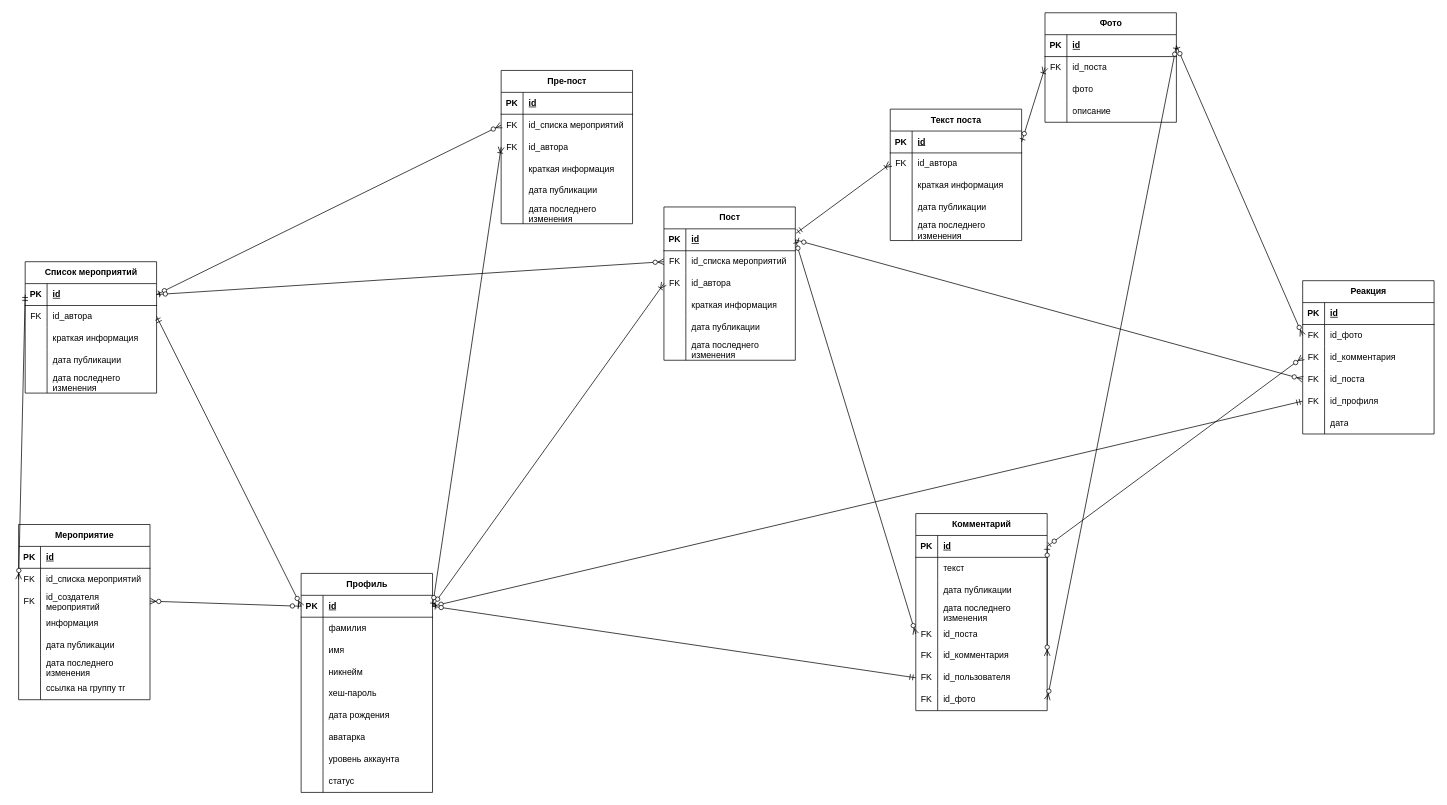
Above: База данных.drawio in Twinsiller/- (draw.io), before the change. Source tidied: cells renumbered, new cells numbered last; positions are measured from the earlier drawing's top-left corner, leaving out a move shared by most shapes. Both pictures are drawn from the tidied source at 73%, with x=0, y=0 at pixel (18, 12).
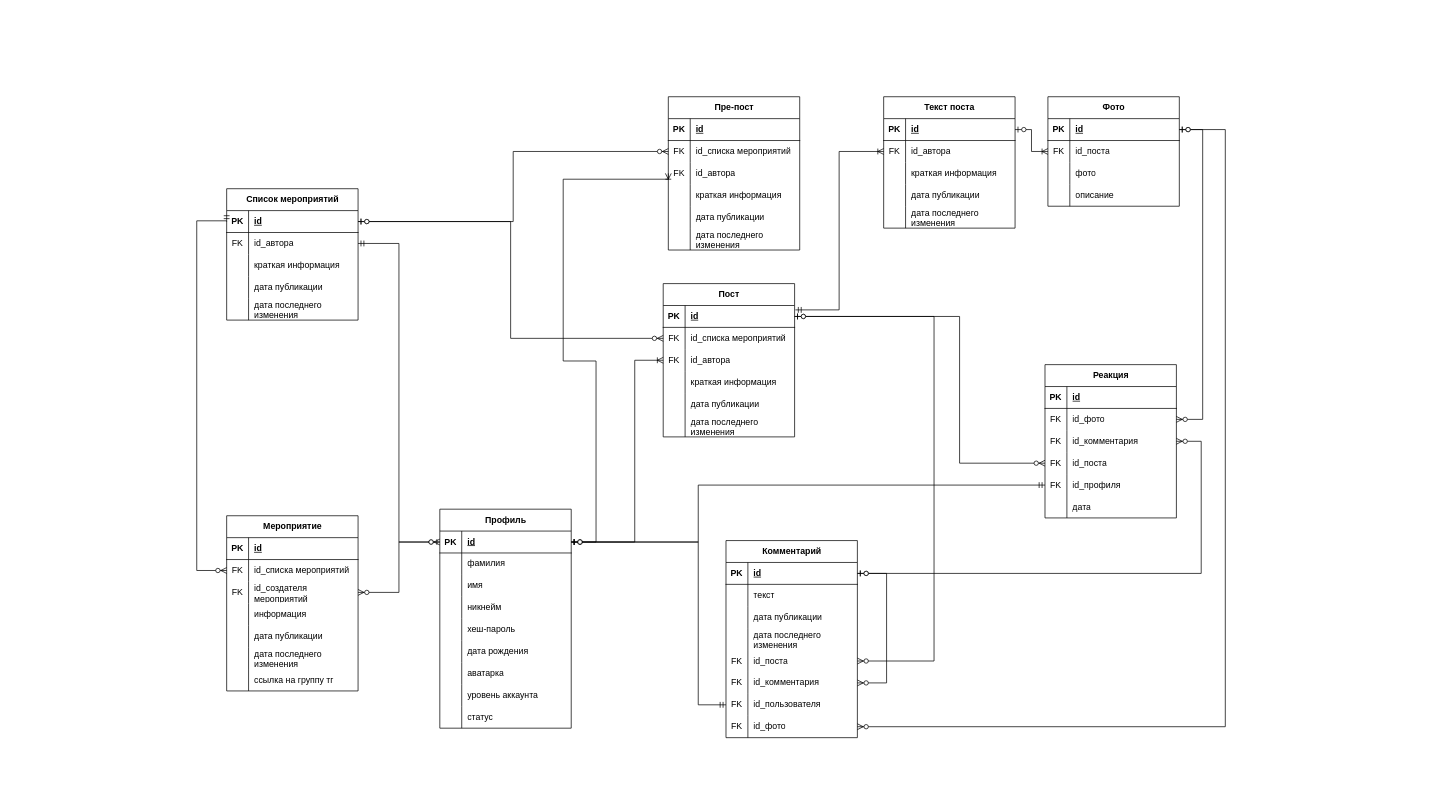
After the change.

The change refers to these unchanged cells:
```xml
<mxCell id="3" style="shape=tableRow;horizontal=0;startSize=0;swimlaneHead=0;swimlaneBody=0;fillColor=none;points=[[0,0.5],[1,0.5]];portConstraint=eastwest;top=0;left=0;right=0;bottom=1;labelBackgroundColor=none;" parent="2" vertex="1">
  <mxGeometry y="30" width="180" height="30" as="geometry" />
</mxCell>
<mxCell id="31" style="shape=tableRow;horizontal=0;startSize=0;swimlaneHead=0;swimlaneBody=0;fillColor=none;points=[[0,0.5],[1,0.5]];portConstraint=eastwest;top=0;left=0;right=0;bottom=1;labelBackgroundColor=none;" parent="30" vertex="1">
  <mxGeometry y="30" width="180" height="30" as="geometry" />
</mxCell>
<mxCell id="34" style="shape=tableRow;horizontal=0;startSize=0;swimlaneHead=0;swimlaneBody=0;fillColor=none;points=[[0,0.5],[1,0.5]];portConstraint=eastwest;top=0;left=0;right=0;bottom=0;labelBackgroundColor=none;" parent="30" vertex="1">
  <mxGeometry y="60" width="180" height="30" as="geometry" />
</mxCell>
<mxCell id="37" style="shape=tableRow;horizontal=0;startSize=0;swimlaneHead=0;swimlaneBody=0;fillColor=none;points=[[0,0.5],[1,0.5]];portConstraint=eastwest;top=0;left=0;right=0;bottom=0;labelBackgroundColor=none;" parent="30" vertex="1">
  <mxGeometry y="90" width="180" height="30" as="geometry" />
</mxCell>
<mxCell id="50" style="shape=tableRow;horizontal=0;startSize=0;swimlaneHead=0;swimlaneBody=0;fillColor=none;points=[[0,0.5],[1,0.5]];portConstraint=eastwest;top=0;left=0;right=0;bottom=1;labelBackgroundColor=none;" parent="49" vertex="1">
  <mxGeometry y="30" width="180" height="30" as="geometry" />
</mxCell>
<mxCell id="53" style="shape=tableRow;horizontal=0;startSize=0;swimlaneHead=0;swimlaneBody=0;fillColor=none;points=[[0,0.5],[1,0.5]];portConstraint=eastwest;top=0;left=0;right=0;bottom=0;labelBackgroundColor=none;" parent="49" vertex="1">
  <mxGeometry y="60" width="180" height="30" as="geometry" />
</mxCell>
<mxCell id="63" style="shape=tableRow;horizontal=0;startSize=0;swimlaneHead=0;swimlaneBody=0;fillColor=none;points=[[0,0.5],[1,0.5]];portConstraint=eastwest;top=0;left=0;right=0;bottom=1;labelBackgroundColor=none;" parent="62" vertex="1">
  <mxGeometry y="30" width="180" height="30" as="geometry" />
</mxCell>
<mxCell id="75" style="shape=tableRow;horizontal=0;startSize=0;swimlaneHead=0;swimlaneBody=0;fillColor=none;points=[[0,0.5],[1,0.5]];portConstraint=eastwest;top=0;left=0;right=0;bottom=0;labelBackgroundColor=none;" parent="62" vertex="1">
  <mxGeometry y="150" width="180" height="30" as="geometry" />
</mxCell>
<mxCell id="78" style="shape=tableRow;horizontal=0;startSize=0;swimlaneHead=0;swimlaneBody=0;fillColor=none;points=[[0,0.5],[1,0.5]];portConstraint=eastwest;top=0;left=0;right=0;bottom=0;labelBackgroundColor=none;" parent="62" vertex="1">
  <mxGeometry y="180" width="180" height="30" as="geometry" />
</mxCell>
<mxCell id="81" style="shape=tableRow;horizontal=0;startSize=0;swimlaneHead=0;swimlaneBody=0;fillColor=none;points=[[0,0.5],[1,0.5]];portConstraint=eastwest;top=0;left=0;right=0;bottom=0;labelBackgroundColor=none;" parent="62" vertex="1">
  <mxGeometry y="210" width="180" height="30" as="geometry" />
</mxCell>
<mxCell id="85" style="shape=tableRow;horizontal=0;startSize=0;swimlaneHead=0;swimlaneBody=0;fillColor=none;points=[[0,0.5],[1,0.5]];portConstraint=eastwest;top=0;left=0;right=0;bottom=0;labelBackgroundColor=none;" parent="62" vertex="1">
  <mxGeometry y="240" width="180" height="30" as="geometry" />
</mxCell>
<mxCell id="92" style="shape=tableRow;horizontal=0;startSize=0;swimlaneHead=0;swimlaneBody=0;fillColor=none;points=[[0,0.5],[1,0.5]];portConstraint=eastwest;top=0;left=0;right=0;bottom=0;labelBackgroundColor=none;" parent="88" vertex="1">
  <mxGeometry y="60" width="180" height="30" as="geometry" />
</mxCell>
<mxCell id="95" style="shape=tableRow;horizontal=0;startSize=0;swimlaneHead=0;swimlaneBody=0;fillColor=none;points=[[0,0.5],[1,0.5]];portConstraint=eastwest;top=0;left=0;right=0;bottom=0;labelBackgroundColor=none;" parent="88" vertex="1">
  <mxGeometry y="90" width="180" height="30" as="geometry" />
</mxCell>
<mxCell id="98" style="shape=tableRow;horizontal=0;startSize=0;swimlaneHead=0;swimlaneBody=0;fillColor=none;points=[[0,0.5],[1,0.5]];portConstraint=eastwest;top=0;left=0;right=0;bottom=0;labelBackgroundColor=none;" parent="88" vertex="1">
  <mxGeometry y="120" width="180" height="30" as="geometry" />
</mxCell>
<mxCell id="101" style="shape=tableRow;horizontal=0;startSize=0;swimlaneHead=0;swimlaneBody=0;fillColor=none;points=[[0,0.5],[1,0.5]];portConstraint=eastwest;top=0;left=0;right=0;bottom=0;labelBackgroundColor=none;" parent="88" vertex="1">
  <mxGeometry y="150" width="180" height="30" as="geometry" />
</mxCell>
<mxCell id="116" style="shape=tableRow;horizontal=0;startSize=0;swimlaneHead=0;swimlaneBody=0;fillColor=none;points=[[0,0.5],[1,0.5]];portConstraint=eastwest;top=0;left=0;right=0;bottom=1;labelBackgroundColor=none;" parent="115" vertex="1">
  <mxGeometry y="30" width="180" height="30" as="geometry" />
</mxCell>
<mxCell id="119" style="shape=tableRow;horizontal=0;startSize=0;swimlaneHead=0;swimlaneBody=0;fillColor=none;points=[[0,0.5],[1,0.5]];portConstraint=eastwest;top=0;left=0;right=0;bottom=0;labelBackgroundColor=none;" parent="115" vertex="1">
  <mxGeometry y="60" width="180" height="30" as="geometry" />
</mxCell>
<mxCell id="136" style="shape=tableRow;horizontal=0;startSize=0;swimlaneHead=0;swimlaneBody=0;fillColor=none;points=[[0,0.5],[1,0.5]];portConstraint=eastwest;top=0;left=0;right=0;bottom=0;labelBackgroundColor=none;" parent="132" vertex="1">
  <mxGeometry y="60" width="180" height="30" as="geometry" />
</mxCell>
<mxCell id="139" style="shape=tableRow;horizontal=0;startSize=0;swimlaneHead=0;swimlaneBody=0;fillColor=none;points=[[0,0.5],[1,0.5]];portConstraint=eastwest;top=0;left=0;right=0;bottom=0;labelBackgroundColor=none;" parent="132" vertex="1">
  <mxGeometry y="90" width="180" height="30" as="geometry" />
</mxCell>
<mxCell id="155" style="shape=tableRow;horizontal=0;startSize=0;swimlaneHead=0;swimlaneBody=0;fillColor=none;points=[[0,0.5],[1,0.5]];portConstraint=eastwest;top=0;left=0;right=0;bottom=0;labelBackgroundColor=none;" parent="151" vertex="1">
  <mxGeometry y="60" width="180" height="30" as="geometry" />
</mxCell>
<mxCell id="158" style="shape=tableRow;horizontal=0;startSize=0;swimlaneHead=0;swimlaneBody=0;fillColor=none;points=[[0,0.5],[1,0.5]];portConstraint=eastwest;top=0;left=0;right=0;bottom=0;labelBackgroundColor=none;" parent="151" vertex="1">
  <mxGeometry y="90" width="180" height="30" as="geometry" />
</mxCell>
<mxCell id="177" style="shape=tableRow;horizontal=0;startSize=0;swimlaneHead=0;swimlaneBody=0;fillColor=none;points=[[0,0.5],[1,0.5]];portConstraint=eastwest;top=0;left=0;right=0;bottom=1;labelBackgroundColor=none;" parent="176" vertex="1">
  <mxGeometry y="30" width="180" height="30" as="geometry" />
</mxCell>
<mxCell id="180" style="shape=tableRow;horizontal=0;startSize=0;swimlaneHead=0;swimlaneBody=0;fillColor=none;points=[[0,0.5],[1,0.5]];portConstraint=eastwest;top=0;left=0;right=0;bottom=0;labelBackgroundColor=none;" parent="176" vertex="1">
  <mxGeometry y="60" width="180" height="30" as="geometry" />
</mxCell>
```

The edit, as a diff of the source:
```diff
@@
     <mxCell id="2" value="Профиль" style="shape=table;startSize=30;childLayout=tableLayout;rowLines=0;fontStyle=1;align=center;html=1;labelBackgroundColor=none;" parent="1" vertex="1">
-      <mxGeometry x="387" y="768" width="180" height="300" as="geometry" />
+      <mxGeometry x="577" y="680" width="180" height="300" as="geometry" />
     </mxCell>
@@
     <mxCell id="30" value="Пост" style="shape=table;startSize=30;childLayout=tableLayout;rowLines=0;fontStyle=1;align=center;html=1;labelBackgroundColor=none;" parent="1" vertex="1">
-      <mxGeometry x="884" y="266" width="180" height="210" as="geometry" />
+      <mxGeometry x="883" y="371" width="180" height="210" as="geometry" />
     </mxCell>
@@
     <mxCell id="49" value="Фото" style="shape=table;startSize=30;childLayout=tableLayout;rowLines=0;fontStyle=1;align=center;html=1;rounded=0;labelBackgroundColor=none;" parent="1" vertex="1">
-      <mxGeometry x="1406" width="180" height="150" as="geometry" />
+      <mxGeometry x="1410" y="115" width="180" height="150" as="geometry" />
     </mxCell>
@@
     <mxCell id="62" value="Комментарий" style="shape=table;startSize=30;childLayout=tableLayout;rowLines=0;fontStyle=1;align=center;html=1;labelBackgroundColor=none;" parent="1" vertex="1">
-      <mxGeometry x="1229" y="686" width="180" height="270" as="geometry" />
+      <mxGeometry x="969" y="723" width="180" height="270" as="geometry" />
     </mxCell>
@@
-    <mxCell id="84" style="fontSize=12;html=1;endArrow=ERzeroToMany;startArrow=ERzeroToOne;rounded=0;exitX=1;exitY=0.5;exitDx=0;exitDy=0;entryX=1;entryY=0.5;entryDx=0;entryDy=0;" parent="62" edge="1" source="63" target="78">
-      <mxGeometry relative="1" as="geometry" />
+    <mxCell id="84" style="fontSize=12;html=1;endArrow=ERzeroToMany;startArrow=ERzeroToOne;rounded=0;exitX=1;exitY=0.5;exitDx=0;exitDy=0;entryX=1;entryY=0.5;entryDx=0;entryDy=0;edgeStyle=orthogonalEdgeStyle;" parent="62" edge="1" source="63" target="78">
+      <mxGeometry relative="1" as="geometry">
+        <Array as="points">
+          <mxPoint x="220" y="45" />
+          <mxPoint x="220" y="195" />
+        </Array>
+      </mxGeometry>
     </mxCell>
@@
     <mxCell id="88" value="Реакция" style="shape=table;startSize=30;childLayout=tableLayout;rowLines=0;fontStyle=1;align=center;html=1;labelBackgroundColor=none;" parent="1" vertex="1">
-      <mxGeometry x="1759" y="367" width="180" height="210" as="geometry" />
+      <mxGeometry x="1406" y="482" width="180" height="210" as="geometry" />
     </mxCell>
@@
-    <mxCell id="107" style="fontSize=12;html=1;endArrow=ERzeroToOne;startArrow=ERmandOne;rounded=0;exitX=0;exitY=0.5;exitDx=0;exitDy=0;entryX=1;entryY=0.5;entryDx=0;entryDy=0;" parent="1" edge="1" source="101" target="3">
-      <mxGeometry relative="1" as="geometry" />
+    <mxCell id="107" style="fontSize=12;html=1;endArrow=ERzeroToOne;startArrow=ERmandOne;rounded=0;exitX=0;exitY=0.5;exitDx=0;exitDy=0;entryX=1;entryY=0.5;entryDx=0;entryDy=0;edgeStyle=orthogonalEdgeStyle;" parent="1" edge="1" source="101" target="3">
+      <mxGeometry relative="1" as="geometry">
+        <Array as="points">
+          <mxPoint x="931" y="647" />
+          <mxPoint x="931" y="725" />
+        </Array>
+      </mxGeometry>
     </mxCell>
-    <mxCell id="108" style="fontSize=12;html=1;endArrow=ERoneToMany;startArrow=ERzeroToOne;rounded=0;entryX=0;entryY=0.5;entryDx=0;entryDy=0;exitX=1;exitY=0.5;exitDx=0;exitDy=0;" parent="1" edge="1" source="3" target="37">
-      <mxGeometry relative="1" as="geometry" />
+    <mxCell id="108" style="fontSize=12;html=1;endArrow=ERoneToMany;startArrow=ERzeroToOne;rounded=0;entryX=0;entryY=0.5;entryDx=0;entryDy=0;exitX=1;exitY=0.5;exitDx=0;exitDy=0;edgeStyle=orthogonalEdgeStyle;" parent="1" edge="1" source="3" target="37">
+      <mxGeometry relative="1" as="geometry">
+        <Array as="points">
+          <mxPoint x="844" y="725" />
+          <mxPoint x="844" y="476" />
+        </Array>
+      </mxGeometry>
     </mxCell>
-    <mxCell id="109" style="fontSize=12;html=1;endArrow=ERzeroToMany;startArrow=ERzeroToOne;rounded=0;entryX=0;entryY=0.5;entryDx=0;entryDy=0;exitX=1;exitY=0.5;exitDx=0;exitDy=0;" parent="1" edge="1" source="31" target="75">
-      <mxGeometry relative="1" as="geometry" />
+    <mxCell id="109" style="fontSize=12;html=1;endArrow=ERzeroToMany;startArrow=ERzeroToOne;rounded=0;entryX=1;entryY=0.5;entryDx=0;entryDy=0;exitX=1;exitY=0.5;exitDx=0;exitDy=0;edgeStyle=orthogonalEdgeStyle;" parent="1" edge="1" source="31" target="75">
+      <mxGeometry relative="1" as="geometry">
+        <Array as="points">
+          <mxPoint x="1254" y="416" />
+          <mxPoint x="1254" y="888" />
+        </Array>
+      </mxGeometry>
     </mxCell>
-    <mxCell id="110" style="fontSize=12;html=1;endArrow=ERzeroToOne;startArrow=ERmandOne;rounded=0;exitX=0;exitY=0.5;exitDx=0;exitDy=0;entryX=1;entryY=0.5;entryDx=0;entryDy=0;" parent="1" edge="1" source="81" target="3">
-      <mxGeometry relative="1" as="geometry" />
+    <mxCell id="110" style="fontSize=12;html=1;endArrow=ERzeroToOne;startArrow=ERmandOne;rounded=0;exitX=0;exitY=0.5;exitDx=0;exitDy=0;entryX=1;entryY=0.5;entryDx=0;entryDy=0;edgeStyle=orthogonalEdgeStyle;" parent="1" edge="1" source="81" target="3">
+      <mxGeometry relative="1" as="geometry">
+        <Array as="points">
+          <mxPoint x="931" y="948" />
+          <mxPoint x="931" y="725" />
+        </Array>
+      </mxGeometry>
     </mxCell>
-    <mxCell id="111" style="fontSize=12;html=1;endArrow=ERzeroToMany;startArrow=ERzeroToOne;rounded=0;entryX=0;entryY=0.5;entryDx=0;entryDy=0;exitX=1;exitY=0.5;exitDx=0;exitDy=0;" parent="1" edge="1" source="31" target="98">
-      <mxGeometry relative="1" as="geometry" />
+    <mxCell id="111" style="fontSize=12;html=1;endArrow=ERzeroToMany;startArrow=ERzeroToOne;rounded=0;entryX=0;entryY=0.5;entryDx=0;entryDy=0;exitX=1;exitY=0.5;exitDx=0;exitDy=0;edgeStyle=orthogonalEdgeStyle;" parent="1" edge="1" source="31" target="98">
+      <mxGeometry relative="1" as="geometry">
+        <Array as="points">
+          <mxPoint x="1289" y="416" />
+          <mxPoint x="1289" y="617" />
+        </Array>
+      </mxGeometry>
     </mxCell>
-    <mxCell id="112" style="fontSize=12;html=1;endArrow=ERzeroToMany;startArrow=ERzeroToOne;rounded=0;exitX=1;exitY=0.5;exitDx=0;exitDy=0;entryX=0;entryY=0.5;entryDx=0;entryDy=0;" parent="1" edge="1" source="63" target="95">
-      <mxGeometry relative="1" as="geometry" />
+    <mxCell id="112" style="fontSize=12;html=1;endArrow=ERzeroToMany;startArrow=ERzeroToOne;rounded=0;exitX=1;exitY=0.5;exitDx=0;exitDy=0;entryX=1;entryY=0.5;entryDx=0;entryDy=0;edgeStyle=orthogonalEdgeStyle;" parent="1" edge="1" source="63" target="95">
+      <mxGeometry relative="1" as="geometry">
+        <Array as="points">
+          <mxPoint x="1620" y="768" />
+          <mxPoint x="1620" y="587" />
+        </Array>
+      </mxGeometry>
     </mxCell>
-    <mxCell id="113" style="fontSize=12;html=1;endArrow=ERzeroToMany;startArrow=ERzeroToOne;rounded=0;exitX=1;exitY=0.5;exitDx=0;exitDy=0;entryX=0;entryY=0.5;entryDx=0;entryDy=0;" parent="1" edge="1" source="50" target="92">
-      <mxGeometry relative="1" as="geometry" />
+    <mxCell id="113" style="fontSize=12;html=1;endArrow=ERzeroToMany;startArrow=ERzeroToOne;rounded=0;exitX=1;exitY=0.5;exitDx=0;exitDy=0;entryX=1;entryY=0.5;entryDx=0;entryDy=0;edgeStyle=orthogonalEdgeStyle;" parent="1" edge="1" source="50" target="92">
+      <mxGeometry relative="1" as="geometry">
+        <Array as="points">
+          <mxPoint x="1622" y="160" />
+          <mxPoint x="1622" y="557" />
+        </Array>
+      </mxGeometry>
     </mxCell>
-    <mxCell id="114" style="fontSize=12;html=1;endArrow=ERzeroToMany;startArrow=ERzeroToOne;rounded=0;exitX=1;exitY=0.5;exitDx=0;exitDy=0;entryX=1;entryY=0.5;entryDx=0;entryDy=0;" parent="1" edge="1" source="50" target="85">
-      <mxGeometry relative="1" as="geometry" />
+    <mxCell id="114" style="fontSize=12;html=1;endArrow=ERzeroToMany;startArrow=ERzeroToOne;rounded=0;exitX=1;exitY=0.5;exitDx=0;exitDy=0;entryX=1;entryY=0.5;entryDx=0;entryDy=0;edgeStyle=orthogonalEdgeStyle;" parent="1" edge="1" source="50" target="85">
+      <mxGeometry relative="1" as="geometry">
+        <Array as="points">
+          <mxPoint x="1653" y="160" />
+          <mxPoint x="1653" y="978" />
+        </Array>
+      </mxGeometry>
     </mxCell>
     <mxCell id="115" value="Текст поста" style="shape=table;startSize=30;childLayout=tableLayout;rowLines=0;fontStyle=1;align=center;html=1;labelBackgroundColor=none;" parent="1" vertex="1">
-      <mxGeometry x="1194" y="132" width="180" height="180" as="geometry" />
+      <mxGeometry x="1185" y="115" width="180" height="180" as="geometry" />
     </mxCell>
@@
-    <mxCell id="131" style="fontSize=12;html=1;endArrow=ERoneToMany;startArrow=ERzeroToOne;rounded=0;exitX=1;exitY=0.5;exitDx=0;exitDy=0;entryX=0;entryY=0.5;entryDx=0;entryDy=0;" parent="1" edge="1" source="116" target="53">
+    <mxCell id="131" style="fontSize=12;html=1;endArrow=ERoneToMany;startArrow=ERzeroToOne;rounded=0;exitX=1;exitY=0.5;exitDx=0;exitDy=0;entryX=0;entryY=0.5;entryDx=0;entryDy=0;edgeStyle=orthogonalEdgeStyle;" parent="1" edge="1" source="116" target="53">
       <mxGeometry relative="1" as="geometry" />
     </mxCell>
     <mxCell id="132" value="Пре-пост" style="shape=table;startSize=30;childLayout=tableLayout;rowLines=0;fontStyle=1;align=center;html=1;labelBackgroundColor=none;" parent="1" vertex="1">
-      <mxGeometry x="661" y="79" width="180" height="210" as="geometry" />
+      <mxGeometry x="890" y="115" width="180" height="210" as="geometry" />
     </mxCell>
@@
     <mxCell id="151" value="Мероприятие" style="shape=table;startSize=30;childLayout=tableLayout;rowLines=0;fontStyle=1;align=center;html=1;labelBackgroundColor=none;" parent="1" vertex="1">
-      <mxGeometry y="701" width="180" height="240" as="geometry" />
+      <mxGeometry x="285" y="689" width="180" height="240" as="geometry" />
     </mxCell>
@@
-    <mxCell id="173" style="fontSize=12;html=1;endArrow=ERzeroToMany;startArrow=ERzeroToOne;rounded=0;exitX=0;exitY=0.5;exitDx=0;exitDy=0;entryX=1;entryY=0.5;entryDx=0;entryDy=0;" parent="1" edge="1" source="3" target="158">
+    <mxCell id="173" style="fontSize=12;html=1;endArrow=ERzeroToMany;startArrow=ERzeroToOne;rounded=0;exitX=0;exitY=0.5;exitDx=0;exitDy=0;entryX=1;entryY=0.5;entryDx=0;entryDy=0;edgeStyle=orthogonalEdgeStyle;" parent="1" edge="1" source="3" target="158">
       <mxGeometry relative="1" as="geometry" />
     </mxCell>
-    <mxCell id="174" style="fontSize=12;html=1;endArrow=ERzeroToMany;startArrow=ERzeroToOne;rounded=0;entryX=0;entryY=0.5;entryDx=0;entryDy=0;exitX=1;exitY=0.5;exitDx=0;exitDy=0;" parent="1" edge="1" source="177" target="136">
+    <mxCell id="174" style="fontSize=12;html=1;endArrow=ERzeroToMany;startArrow=ERzeroToOne;rounded=0;entryX=0;entryY=0.5;entryDx=0;entryDy=0;exitX=1;exitY=0.5;exitDx=0;exitDy=0;edgeStyle=orthogonalEdgeStyle;" parent="1" edge="1" source="177" target="136">
       <mxGeometry relative="1" as="geometry" />
     </mxCell>
-    <mxCell id="175" style="fontSize=12;html=1;endArrow=ERoneToMany;startArrow=ERzeroToOne;rounded=0;entryX=0;entryY=0.5;entryDx=0;entryDy=0;exitX=1;exitY=0.5;exitDx=0;exitDy=0;" parent="1" edge="1" source="3" target="139">
-      <mxGeometry relative="1" as="geometry" />
+    <mxCell id="175" style="fontSize=12;html=1;endArrow=ERoneToMany;startArrow=ERzeroToOne;rounded=0;entryX=0;entryY=0.5;entryDx=0;entryDy=0;exitX=1;exitY=0.5;exitDx=0;exitDy=0;edgeStyle=orthogonalEdgeStyle;" parent="1" edge="1" source="3" target="139">
+      <mxGeometry relative="1" as="geometry">
+        <Array as="points">
+          <mxPoint x="791" y="725" />
+          <mxPoint x="791" y="477" />
+          <mxPoint x="746" y="477" />
+          <mxPoint x="746" y="228" />
+        </Array>
+      </mxGeometry>
     </mxCell>
     <mxCell id="176" value="Список мероприятий" style="shape=table;startSize=30;childLayout=tableLayout;rowLines=0;fontStyle=1;align=center;html=1;labelBackgroundColor=none;" parent="1" vertex="1">
-      <mxGeometry x="9" y="341" width="180" height="180" as="geometry" />
+      <mxGeometry x="285" y="241" width="180" height="180" as="geometry" />
     </mxCell>
@@
-    <mxCell id="192" style="fontSize=12;html=1;endArrow=ERzeroToMany;startArrow=ERmandOne;rounded=0;exitX=0;exitY=0.5;exitDx=0;exitDy=0;entryX=0;entryY=0.5;entryDx=0;entryDy=0;" parent="1" edge="1" source="177" target="155">
-      <mxGeometry relative="1" as="geometry" />
+    <mxCell id="192" style="fontSize=12;html=1;endArrow=ERzeroToMany;startArrow=ERmandOne;rounded=0;exitX=0;exitY=0.5;exitDx=0;exitDy=0;entryX=0;entryY=0.5;entryDx=0;entryDy=0;edgeStyle=orthogonalEdgeStyle;" parent="1" edge="1" source="177" target="155">
+      <mxGeometry relative="1" as="geometry">
+        <Array as="points">
+          <mxPoint x="244" y="285" />
+          <mxPoint x="244" y="764" />
+        </Array>
+      </mxGeometry>
     </mxCell>
-    <mxCell id="193" style="fontSize=12;html=1;endArrow=ERoneToMany;startArrow=ERmandOne;rounded=0;exitX=1.006;exitY=0.2;exitDx=0;exitDy=0;exitPerimeter=0;entryX=0;entryY=0.5;entryDx=0;entryDy=0;" parent="1" edge="1" source="31" target="119">
+    <mxCell id="193" style="fontSize=12;html=1;endArrow=ERoneToMany;startArrow=ERmandOne;rounded=0;exitX=1.006;exitY=0.2;exitDx=0;exitDy=0;exitPerimeter=0;entryX=0;entryY=0.5;entryDx=0;entryDy=0;edgeStyle=orthogonalEdgeStyle;" parent="1" edge="1" source="31" target="119">
       <mxGeometry relative="1" as="geometry" />
     </mxCell>
-    <mxCell id="194" style="fontSize=12;html=1;endArrow=ERzeroToMany;startArrow=ERzeroToOne;rounded=0;entryX=0;entryY=0.5;entryDx=0;entryDy=0;exitX=1;exitY=0.5;exitDx=0;exitDy=0;" parent="1" edge="1" source="177" target="34">
+    <mxCell id="194" style="fontSize=12;html=1;endArrow=ERzeroToMany;startArrow=ERzeroToOne;rounded=0;entryX=0;entryY=0.5;entryDx=0;entryDy=0;exitX=1;exitY=0.5;exitDx=0;exitDy=0;edgeStyle=orthogonalEdgeStyle;" parent="1" edge="1" source="177" target="34">
       <mxGeometry relative="1" as="geometry" />
     </mxCell>
-    <mxCell id="195" style="fontSize=12;html=1;endArrow=ERzeroToMany;startArrow=ERmandOne;rounded=0;exitX=1;exitY=0.5;exitDx=0;exitDy=0;entryX=0;entryY=0.5;entryDx=0;entryDy=0;" parent="1" edge="1" source="180" target="3">
+    <mxCell id="195" style="fontSize=12;html=1;endArrow=ERzeroToMany;startArrow=ERmandOne;rounded=0;exitX=1;exitY=0.5;exitDx=0;exitDy=0;entryX=0;entryY=0.5;entryDx=0;entryDy=0;edgeStyle=orthogonalEdgeStyle;" parent="1" edge="1" source="180" target="3">
       <mxGeometry relative="1" as="geometry" />
     </mxCell>
```
